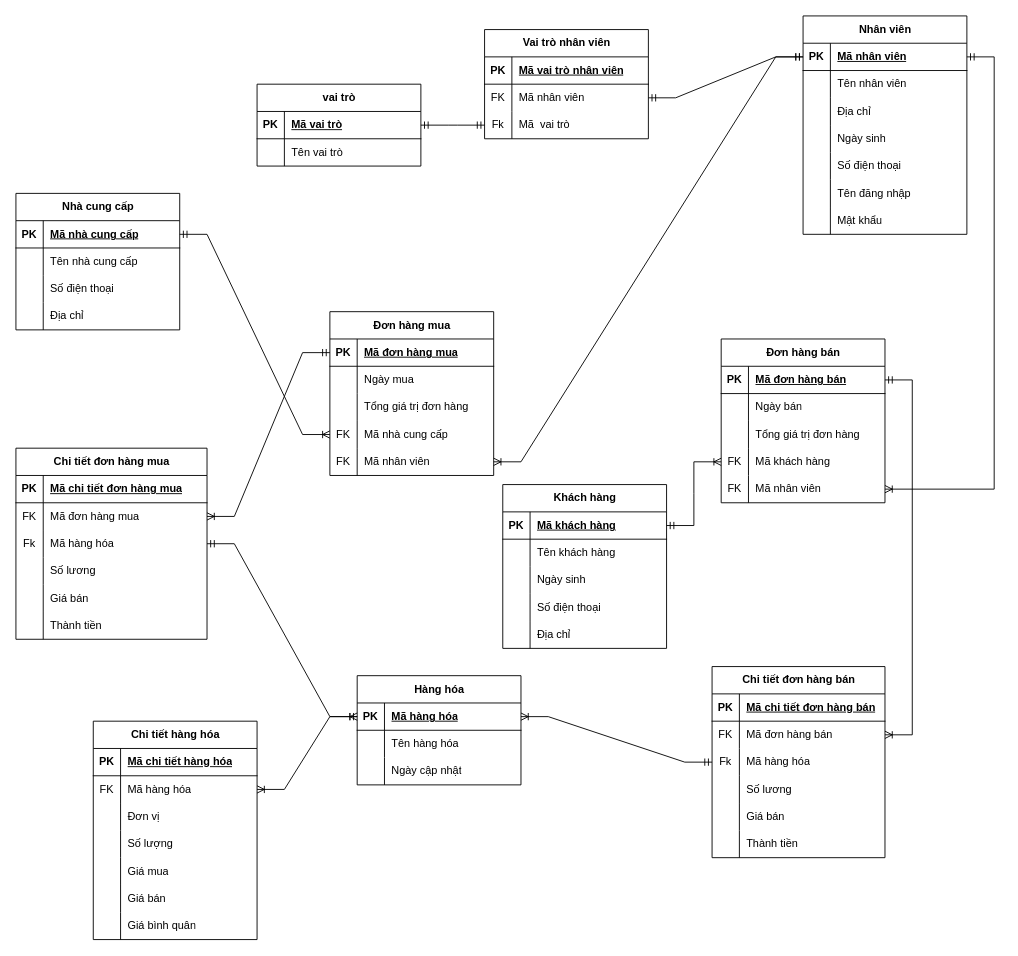
Above: DBI202x/Asm/DBI202x_asm3_thonglhfx22724@funix.edu.vn/asm_ERD.drawio in HuyThong94/Funix (draw.io), before the change. Source tidied: cells renumbered, new cells numbered last; positions are measured from the earlier drawing's top-left corner, leaving out a move shared by most shapes. Both pictures are drawn from the tidied source at 91%, with x=0, y=0 at pixel (15, 15).
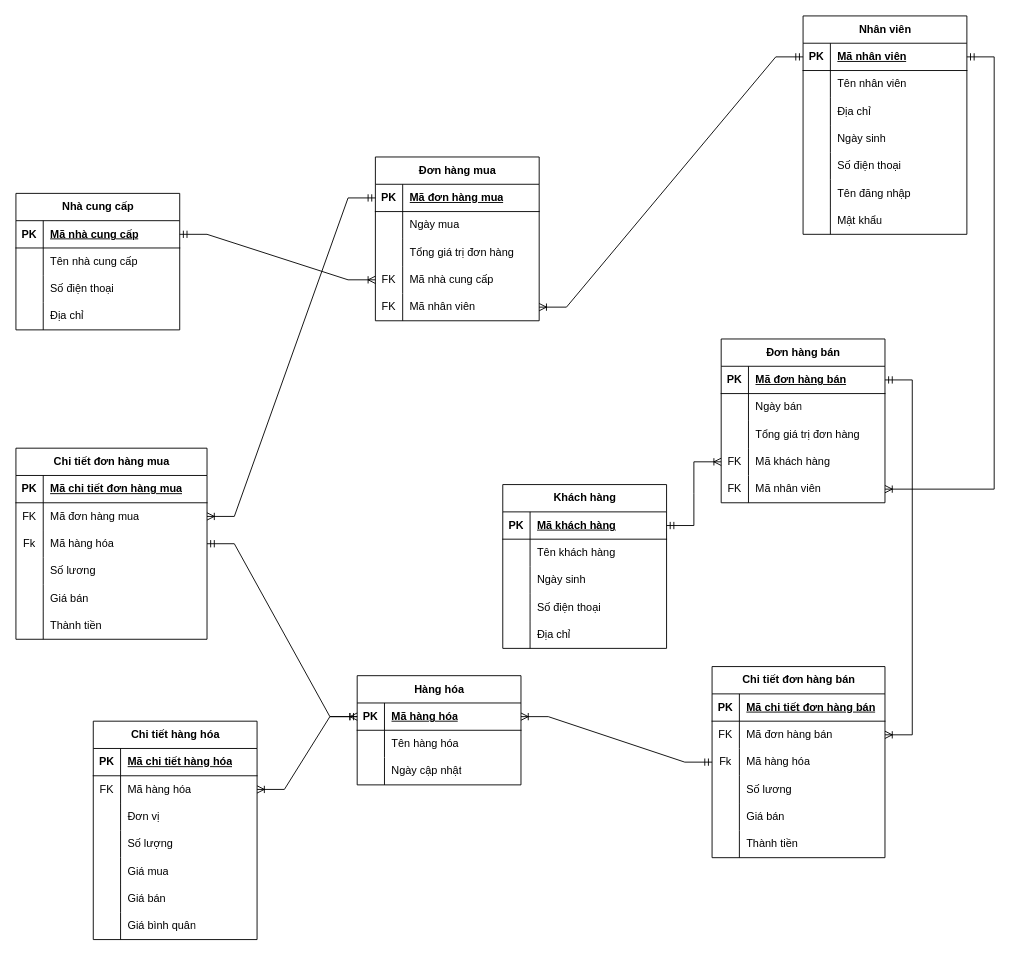
The same page after the edit.

The change refers to these unchanged cells:
```xml
<mxCell id="35" style="shape=tableRow;horizontal=0;startSize=0;swimlaneHead=0;swimlaneBody=0;fillColor=none;points=[[0,0.5],[1,0.5]];portConstraint=eastwest;top=0;left=0;right=0;bottom=1;" parent="34" vertex="1">
  <mxGeometry y="30" width="180" height="30" as="geometry" />
</mxCell>
```

Change to the diagram source:
```diff
@@
-    <mxCell id="56" value="vai trò" style="shape=table;startSize=30;childLayout=tableLayout;rowLines=0;fontStyle=1;align=center;html=1;" parent="1" vertex="1">
-      <mxGeometry x="265" y="75" width="180" height="90" as="geometry" />
-    </mxCell>
-    <mxCell id="57" style="shape=tableRow;horizontal=0;startSize=0;swimlaneHead=0;swimlaneBody=0;fillColor=none;points=[[0,0.5],[1,0.5]];portConstraint=eastwest;top=0;left=0;right=0;bottom=1;" parent="56" vertex="1">
-      <mxGeometry y="30" width="180" height="30" as="geometry" />
-    </mxCell>
-    <mxCell id="58" value="PK" style="shape=partialRectangle;fillColor=none;top=0;left=0;bottom=0;right=0;fontStyle=1;overflow=hidden;whiteSpace=wrap;html=1;" parent="57" vertex="1">
-      <mxGeometry width="30" height="30" as="geometry" />
-    </mxCell>
-    <mxCell id="59" value="Mã vai trò" style="shape=partialRectangle;fillColor=none;top=0;left=0;bottom=0;right=0;align=left;spacingLeft=6;fontStyle=5;overflow=hidden;whiteSpace=wrap;html=1;" parent="57" vertex="1">
-      <mxGeometry x="30" width="150" height="30" as="geometry" />
-    </mxCell>
-    <mxCell id="60" style="shape=tableRow;horizontal=0;startSize=0;swimlaneHead=0;swimlaneBody=0;fillColor=none;top=0;left=0;right=0;bottom=0;" parent="56" vertex="1">
-      <mxGeometry y="60" width="180" height="30" as="geometry" />
-    </mxCell>
-    <mxCell id="61" style="shape=partialRectangle;fillColor=none;top=0;left=0;bottom=0;right=0;overflow=hidden;whiteSpace=wrap;html=1;" parent="60" vertex="1">
-      <mxGeometry width="30" height="30" as="geometry" />
-    </mxCell>
-    <mxCell id="62" value="Tên vai trò" style="shape=partialRectangle;fillColor=none;top=0;left=0;bottom=0;right=0;align=left;spacingLeft=6;overflow=hidden;whiteSpace=wrap;html=1;" parent="60" vertex="1">
-      <mxGeometry x="30" width="150" height="30" as="geometry" />
-    </mxCell>
-    <mxCell id="63" value="Vai trò nhân viên" style="shape=table;startSize=30;childLayout=tableLayout;rowLines=0;fontStyle=1;align=center;html=1;" parent="1" vertex="1">
-      <mxGeometry x="515" y="15" width="180" height="120" as="geometry" />
-    </mxCell>
-    <mxCell id="64" style="shape=tableRow;horizontal=0;startSize=0;swimlaneHead=0;swimlaneBody=0;fillColor=none;top=0;left=0;right=0;bottom=1;" parent="63" vertex="1">
-      <mxGeometry y="30" width="180" height="30" as="geometry" />
-    </mxCell>
-    <mxCell id="65" value="PK" style="shape=partialRectangle;fillColor=none;top=0;left=0;bottom=0;right=0;fontStyle=1;overflow=hidden;whiteSpace=wrap;html=1;" parent="64" vertex="1">
-      <mxGeometry width="30" height="30" as="geometry" />
-    </mxCell>
-    <mxCell id="66" value="Mã vai trò nhân viên" style="shape=partialRectangle;fillColor=none;top=0;left=0;bottom=0;right=0;align=left;spacingLeft=6;fontStyle=5;overflow=hidden;whiteSpace=wrap;html=1;" parent="64" vertex="1">
-      <mxGeometry x="30" width="150" height="30" as="geometry" />
-    </mxCell>
-    <mxCell id="67" style="shape=tableRow;horizontal=0;startSize=0;swimlaneHead=0;swimlaneBody=0;fillColor=none;points=[[0,0.5],[1,0.5]];portConstraint=eastwest;top=0;left=0;right=0;bottom=0;" parent="63" vertex="1">
-      <mxGeometry y="60" width="180" height="30" as="geometry" />
-    </mxCell>
-    <mxCell id="68" value="FK" style="shape=partialRectangle;fillColor=none;top=0;left=0;bottom=0;right=0;overflow=hidden;whiteSpace=wrap;html=1;" parent="67" vertex="1">
-      <mxGeometry width="30" height="30" as="geometry" />
-    </mxCell>
-    <mxCell id="69" value="Mã nhân viên" style="shape=partialRectangle;fillColor=none;top=0;left=0;bottom=0;right=0;align=left;spacingLeft=6;overflow=hidden;whiteSpace=wrap;html=1;" parent="67" vertex="1">
-      <mxGeometry x="30" width="150" height="30" as="geometry" />
-    </mxCell>
-    <mxCell id="70" style="shape=tableRow;horizontal=0;startSize=0;swimlaneHead=0;swimlaneBody=0;fillColor=none;points=[[0,0.5],[1,0.5]];portConstraint=eastwest;top=0;left=0;right=0;bottom=0;" parent="63" vertex="1">
-      <mxGeometry y="90" width="180" height="30" as="geometry" />
-    </mxCell>
-    <mxCell id="71" value="Fk" style="shape=partialRectangle;fillColor=none;top=0;left=0;bottom=0;right=0;overflow=hidden;whiteSpace=wrap;html=1;" parent="70" vertex="1">
-      <mxGeometry width="30" height="30" as="geometry" />
-    </mxCell>
-    <mxCell id="72" value="Mã&amp;nbsp; vai trò" style="shape=partialRectangle;fillColor=none;top=0;left=0;bottom=0;right=0;align=left;spacingLeft=6;overflow=hidden;whiteSpace=wrap;html=1;" parent="70" vertex="1">
-      <mxGeometry x="30" width="150" height="30" as="geometry" />
-    </mxCell>
@@
     <mxCell id="137" value="Đơn hàng mua" style="shape=table;startSize=30;childLayout=tableLayout;rowLines=0;fontStyle=1;align=center;html=1;" parent="1" vertex="1">
-      <mxGeometry x="345" y="325" width="180" height="180" as="geometry" />
+      <mxGeometry x="395" y="155" width="180" height="180" as="geometry" />
     </mxCell>
@@
-    <mxCell id="178" style="edgeStyle=entityRelationEdgeStyle;fontSize=12;html=1;endArrow=ERmandOne;startArrow=ERmandOne;rounded=0;" parent="1" edge="1" source="57" target="70">
-      <mxGeometry relative="1" as="geometry" />
-    </mxCell>
-    <mxCell id="179" style="edgeStyle=entityRelationEdgeStyle;fontSize=12;html=1;endArrow=ERmandOne;startArrow=ERmandOne;rounded=0;" parent="1" edge="1" source="35" target="67">
-      <mxGeometry relative="1" as="geometry">
-        <Array as="points">
-          <mxPoint x="90" y="235" />
-        </Array>
-      </mxGeometry>
-    </mxCell>
```
